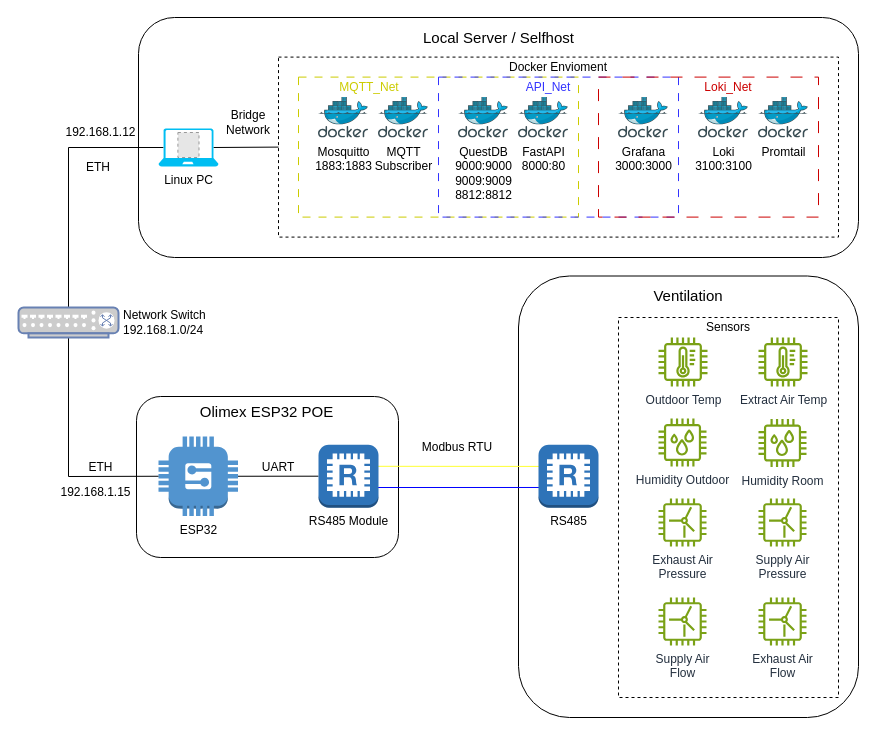
The draw.io diagram diagrams/Topologi.drawio in Casperarild/grupp5_7_3Semester, before the edit. Source tidied: cells renumbered, new cells numbered last; positions are measured from the earlier drawing's top-left corner, leaving out a move shared by most shapes. Both pictures are drawn from the tidied source at 100%, with x=0, y=0 at pixel (18, 17). Pictures stored in the file or linked from it are replaced by grey dashed boxes.
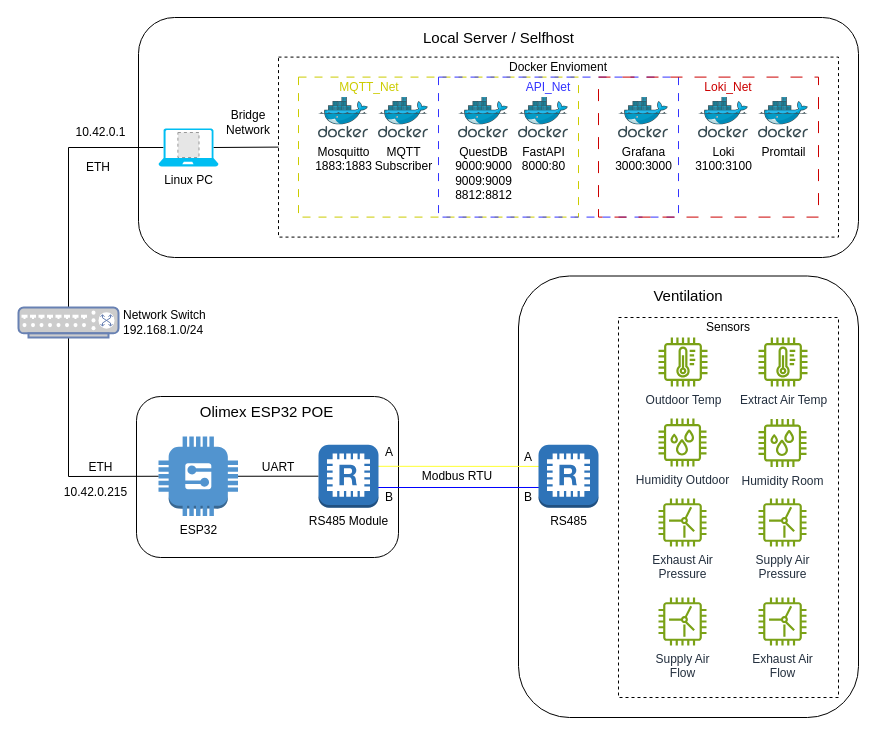
The same diagram, later.

The edit, as a diff of the source:
```diff
@@
     <mxCell id="44" value="Modbus RTU" style="text;html=1;whiteSpace=wrap;strokeColor=none;fillColor=none;align=center;verticalAlign=middle;rounded=0;" parent="1" vertex="1">
-      <mxGeometry x="400" y="419" width="77.5" height="21" as="geometry" />
+      <mxGeometry x="400" y="448.2" width="77.5" height="21" as="geometry" />
     </mxCell>
@@
-    <mxCell id="51" value="192.168.1.12" style="text;html=1;whiteSpace=wrap;strokeColor=none;fillColor=none;align=center;verticalAlign=middle;rounded=0;" parent="1" vertex="1">
+    <mxCell id="51" value="10.42.0.1" style="text;html=1;whiteSpace=wrap;strokeColor=none;fillColor=none;align=center;verticalAlign=middle;rounded=0;" parent="1" vertex="1">
       <mxGeometry x="45" y="105" width="75" height="20" as="geometry" />
     </mxCell>
-    <mxCell id="52" value="192.168.1.15" style="text;html=1;whiteSpace=wrap;strokeColor=none;fillColor=none;align=center;verticalAlign=middle;rounded=0;" parent="1" vertex="1">
+    <mxCell id="52" value="10.42.0.215" style="text;html=1;whiteSpace=wrap;strokeColor=none;fillColor=none;align=center;verticalAlign=middle;rounded=0;" parent="1" vertex="1">
       <mxGeometry x="40" y="465" width="75" height="20" as="geometry" />
     </mxCell>
+    <mxCell id="53" value="A" style="text;html=1;whiteSpace=wrap;strokeColor=none;fillColor=none;align=center;verticalAlign=middle;rounded=0;" parent="1" vertex="1">
+      <mxGeometry x="360.5" y="425" width="20" height="20" as="geometry" />
+    </mxCell>
+    <mxCell id="54" value="A" style="text;html=1;whiteSpace=wrap;strokeColor=none;fillColor=none;align=center;verticalAlign=middle;rounded=0;" parent="1" vertex="1">
+      <mxGeometry x="500" y="429.5" width="20" height="20" as="geometry" />
+    </mxCell>
+    <mxCell id="55" value="B" style="text;html=1;whiteSpace=wrap;strokeColor=none;fillColor=none;align=center;verticalAlign=middle;rounded=0;" parent="1" vertex="1">
+      <mxGeometry x="360.5" y="470.2" width="20" height="20" as="geometry" />
+    </mxCell>
+    <mxCell id="56" value="B" style="text;html=1;whiteSpace=wrap;strokeColor=none;fillColor=none;align=center;verticalAlign=middle;rounded=0;" parent="1" vertex="1">
+      <mxGeometry x="500" y="470.2" width="20" height="20" as="geometry" />
+    </mxCell>
```
